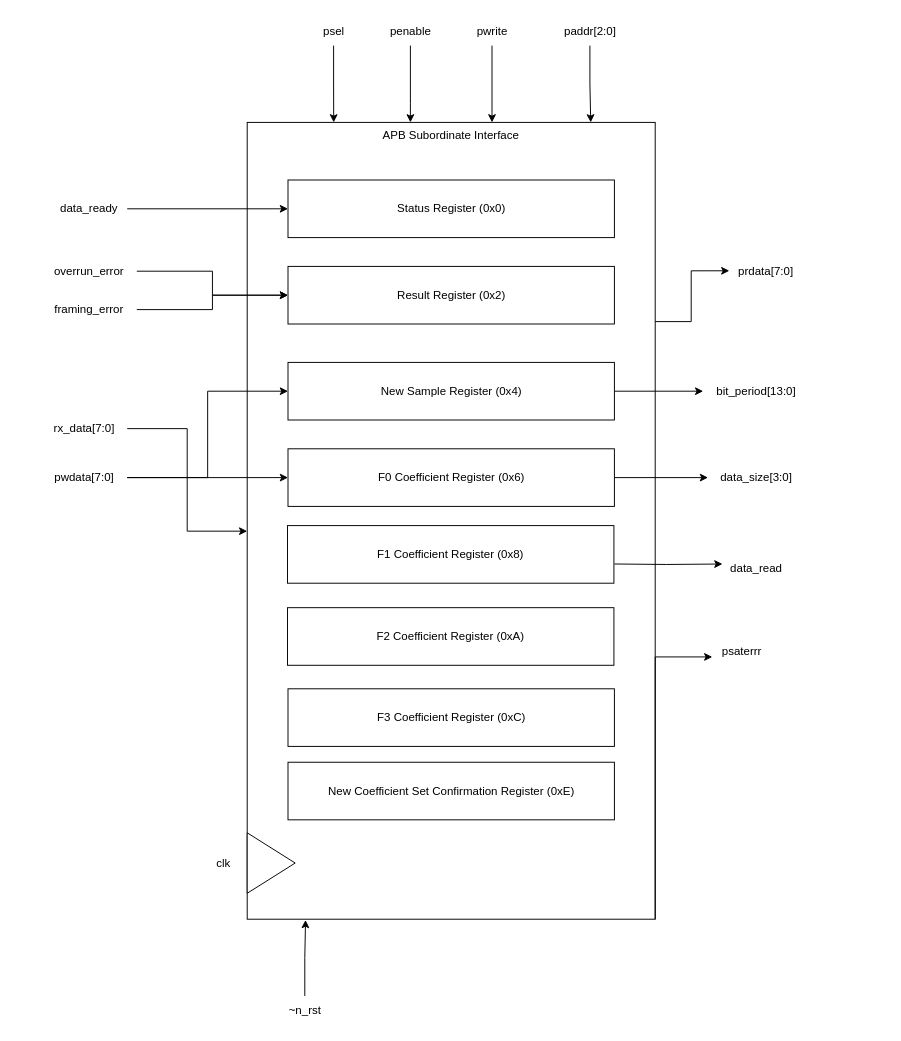
Above: lab 9.drawio in Charvles/ECE337 (draw.io), before the change. Source tidied: cells renumbered, new cells numbered last; positions are measured from the earlier drawing's top-left corner, leaving out a move shared by most shapes. Both pictures are drawn from the tidied source at 96%, with x=0, y=0 at pixel (40, 16).
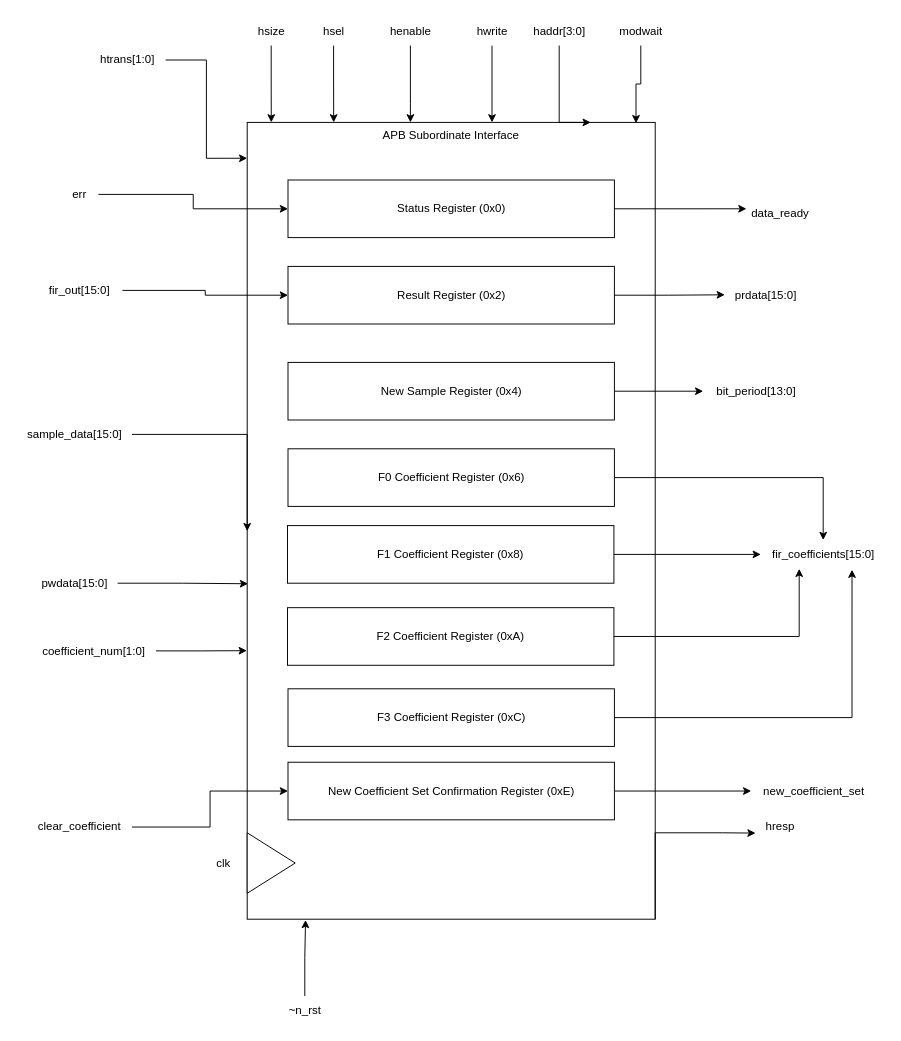
Above is the later version.

The change refers to these unchanged cells:
```xml
<mxCell id="4" value="&lt;div&gt;APB Subordinate Interface&lt;/div&gt;" style="rounded=0;whiteSpace=wrap;html=1;align=center;verticalAlign=top;" parent="1" vertex="1">
  <mxGeometry x="215" y="110" width="425" height="830" as="geometry" />
</mxCell>
<mxCell id="7" value="Status Register (0x0)" style="rounded=0;whiteSpace=wrap;html=1;" parent="1" vertex="1">
  <mxGeometry x="257.5" y="170" width="340" height="60" as="geometry" />
</mxCell>
<mxCell id="8" value="Result Register (0x2)" style="rounded=0;whiteSpace=wrap;html=1;" parent="1" vertex="1">
  <mxGeometry x="257.5" y="260" width="340" height="60" as="geometry" />
</mxCell>
<mxCell id="10" value="New Sample Register (0x4)" style="rounded=0;whiteSpace=wrap;html=1;" parent="1" vertex="1">
  <mxGeometry x="257.5" y="360" width="340" height="60" as="geometry" />
</mxCell>
<mxCell id="12" value="F0 Coefficient Register (0x6)" style="rounded=0;whiteSpace=wrap;html=1;" parent="1" vertex="1">
  <mxGeometry x="257.5" y="450" width="340" height="60" as="geometry" />
</mxCell>
<mxCell id="40" value="F1 Coefficient Register (0x8)" style="rounded=0;whiteSpace=wrap;html=1;" parent="1" vertex="1">
  <mxGeometry x="257" y="530" width="340" height="60" as="geometry" />
</mxCell>
<mxCell id="41" value="F2 Coefficient Register (0xA)" style="rounded=0;whiteSpace=wrap;html=1;" parent="1" vertex="1">
  <mxGeometry x="257" y="615.5" width="340" height="60" as="geometry" />
</mxCell>
<mxCell id="42" value="F3 Coefficient Register (0xC)" style="rounded=0;whiteSpace=wrap;html=1;" parent="1" vertex="1">
  <mxGeometry x="257.5" y="700" width="340" height="60" as="geometry" />
</mxCell>
<mxCell id="43" value="New Coefficient Set Confirmation Register (0xE)" style="rounded=0;whiteSpace=wrap;html=1;" parent="1" vertex="1">
  <mxGeometry x="257.5" y="776.5" width="340" height="60" as="geometry" />
</mxCell>
```

What changed in the source:
```diff
@@
-    <mxCell id="14" value="data_ready" style="text;html=1;align=center;verticalAlign=middle;points=[];strokeColor=none;fillColor=none;" parent="1" vertex="1">
-      <mxGeometry x="10" y="185" width="80" height="30" as="geometry" />
+    <mxCell id="14" value="err" style="text;html=1;align=center;verticalAlign=middle;points=[];strokeColor=none;fillColor=none;" parent="1" vertex="1">
+      <mxGeometry x="20" y="170" width="40" height="30" as="geometry" />
     </mxCell>
-    <mxCell id="15" value="rx_data[7:0]" style="text;html=1;align=center;verticalAlign=middle;points=[];strokeColor=none;fillColor=none;" parent="1" vertex="1">
-      <mxGeometry y="414" width="90" height="30" as="geometry" />
+    <mxCell id="15" value="sample_data[15:0]" style="text;html=1;align=center;verticalAlign=middle;points=[];strokeColor=none;fillColor=none;" parent="1" vertex="1">
+      <mxGeometry x="-25" y="420" width="120" height="30" as="geometry" />
     </mxCell>
-    <mxCell id="16" style="edgeStyle=orthogonalEdgeStyle;rounded=0;jettySize=auto;html=1;" parent="1" edge="1" source="17" target="8">
-      <mxGeometry relative="1" as="geometry" />
-    </mxCell>
-    <mxCell id="17" value="overrun_error" style="text;html=1;align=center;verticalAlign=middle;points=[];strokeColor=none;fillColor=none;" parent="1" vertex="1">
-      <mxGeometry y="250" width="100" height="30" as="geometry" />
-    </mxCell>
-    <mxCell id="18" style="edgeStyle=orthogonalEdgeStyle;rounded=0;jettySize=auto;html=1;entryX=0;entryY=0.5;entryDx=0;entryDy=0;" parent="1" edge="1" source="19" target="8">
+    <mxCell id="18" style="edgeStyle=orthogonalEdgeStyle;rounded=0;jettySize=auto;html=1;entryX=0;entryY=0.5;entryDx=0;entryDy=0;" parent="1" edge="1" source="54" target="8">
       <mxGeometry relative="1" as="geometry" />
     </mxCell>
-    <mxCell id="19" value="framing_error" style="text;html=1;align=center;verticalAlign=middle;points=[];strokeColor=none;fillColor=none;" parent="1" vertex="1">
-      <mxGeometry y="290" width="100" height="30" as="geometry" />
-    </mxCell>
-    <mxCell id="20" value="psel" style="text;html=1;align=center;verticalAlign=middle;points=[];strokeColor=none;fillColor=none;" parent="1" vertex="1">
+    <mxCell id="20" value="hsel" style="text;html=1;align=center;verticalAlign=middle;points=[];strokeColor=none;fillColor=none;" parent="1" vertex="1">
       <mxGeometry x="280" width="50" height="30" as="geometry" />
     </mxCell>
-    <mxCell id="21" value="paddr[2:0]" style="text;html=1;align=center;verticalAlign=middle;points=[];strokeColor=none;fillColor=none;" parent="1" vertex="1">
-      <mxGeometry x="532" width="80" height="30" as="geometry" />
+    <mxCell id="21" value="haddr[3:0]" style="text;html=1;align=center;verticalAlign=middle;points=[];strokeColor=none;fillColor=none;" parent="1" vertex="1">
+      <mxGeometry x="500" width="80" height="30" as="geometry" />
     </mxCell>
@@
-    <mxCell id="23" value="penable" style="text;html=1;align=center;verticalAlign=middle;points=[];strokeColor=none;fillColor=none;" parent="1" vertex="1">
+    <mxCell id="23" value="henable" style="text;html=1;align=center;verticalAlign=middle;points=[];strokeColor=none;fillColor=none;" parent="1" vertex="1">
       <mxGeometry x="350" width="70" height="30" as="geometry" />
     </mxCell>
@@
-    <mxCell id="25" value="pwrite" style="text;html=1;align=center;verticalAlign=middle;points=[];strokeColor=none;fillColor=none;" parent="1" vertex="1">
+    <mxCell id="25" value="hwrite" style="text;html=1;align=center;verticalAlign=middle;points=[];strokeColor=none;fillColor=none;" parent="1" vertex="1">
       <mxGeometry x="440" width="60" height="30" as="geometry" />
     </mxCell>
-    <mxCell id="26" style="edgeStyle=orthogonalEdgeStyle;rounded=0;jettySize=auto;html=1;entryX=0;entryY=0.5;entryDx=0;entryDy=0;" parent="1" edge="1" source="28" target="10">
-      <mxGeometry relative="1" as="geometry" />
-    </mxCell>
-    <mxCell id="27" style="edgeStyle=orthogonalEdgeStyle;rounded=0;jettySize=auto;html=1;" parent="1" edge="1" source="28" target="12">
-      <mxGeometry relative="1" as="geometry" />
-    </mxCell>
-    <mxCell id="28" value="pwdata[7:0]" style="text;html=1;align=center;verticalAlign=middle;points=[];strokeColor=none;fillColor=none;" parent="1" vertex="1">
-      <mxGeometry y="465" width="90" height="30" as="geometry" />
+    <mxCell id="28" value="pwdata[15:0]" style="text;html=1;align=center;verticalAlign=middle;points=[];strokeColor=none;fillColor=none;" parent="1" vertex="1">
+      <mxGeometry x="-10" y="575" width="90" height="30" as="geometry" />
     </mxCell>
-    <mxCell id="29" value="prdata[7:0]" style="text;html=1;align=center;verticalAlign=middle;points=[];strokeColor=none;fillColor=none;" parent="1" vertex="1">
-      <mxGeometry x="715" y="250" width="80" height="30" as="geometry" />
+    <mxCell id="29" value="prdata[15:0]" style="text;html=1;align=center;verticalAlign=middle;points=[];strokeColor=none;fillColor=none;" parent="1" vertex="1">
+      <mxGeometry x="710" y="275" width="90" height="30" as="geometry" />
     </mxCell>
-    <mxCell id="30" value="psaterrr" style="text;html=1;align=center;verticalAlign=middle;points=[];strokeColor=none;fillColor=none;" parent="1" vertex="1">
-      <mxGeometry x="700" y="645.5" width="60" height="30" as="geometry" />
+    <mxCell id="30" value="hresp" style="text;html=1;align=center;verticalAlign=middle;points=[];strokeColor=none;fillColor=none;" parent="1" vertex="1">
+      <mxGeometry x="745" y="829" width="50" height="30" as="geometry" />
     </mxCell>
-    <mxCell id="31" value="data_read" style="text;html=1;align=center;verticalAlign=middle;points=[];strokeColor=none;fillColor=none;" parent="1" vertex="1">
-      <mxGeometry x="705" y="560" width="80" height="30" as="geometry" />
+    <mxCell id="31" value="data_ready" style="text;html=1;align=center;verticalAlign=middle;points=[];strokeColor=none;fillColor=none;" parent="1" vertex="1">
+      <mxGeometry x="730" y="190" width="80" height="30" as="geometry" />
     </mxCell>
@@
-    <mxCell id="33" value="data_size[3:0]" style="text;html=1;align=center;verticalAlign=middle;points=[];strokeColor=none;fillColor=none;" parent="1" vertex="1">
-      <mxGeometry x="695" y="465" width="100" height="30" as="geometry" />
+    <mxCell id="33" value="fir_coefficients[15:0]" style="text;html=1;align=center;verticalAlign=middle;points=[];strokeColor=none;fillColor=none;" parent="1" vertex="1">
+      <mxGeometry x="750" y="545" width="130" height="30" as="geometry" />
     </mxCell>
     <mxCell id="34" style="edgeStyle=orthogonalEdgeStyle;rounded=0;jettySize=auto;html=1;entryX=0.842;entryY=0;entryDx=0;entryDy=0;entryPerimeter=0;" parent="1" edge="1" source="21" target="4">
-      <mxGeometry relative="1" as="geometry" />
+      <mxGeometry relative="1" as="geometry">
+        <Array as="points">
+          <mxPoint x="540" y="110" />
+        </Array>
+      </mxGeometry>
     </mxCell>
@@
     <mxCell id="36" style="edgeStyle=orthogonalEdgeStyle;rounded=0;jettySize=auto;html=1;entryX=0;entryY=0.513;entryDx=0;entryDy=0;entryPerimeter=0;" parent="1" edge="1" source="15" target="4">
-      <mxGeometry relative="1" as="geometry" />
+      <mxGeometry relative="1" as="geometry">
+        <Array as="points">
+          <mxPoint x="215" y="435" />
+        </Array>
+      </mxGeometry>
     </mxCell>
-    <mxCell id="37" style="edgeStyle=orthogonalEdgeStyle;rounded=0;jettySize=auto;html=1;exitX=1;exitY=0.5;exitDx=0;exitDy=0;entryX=0.063;entryY=0.333;entryDx=0;entryDy=0;entryPerimeter=0;" parent="1" edge="1" target="31">
-      <mxGeometry relative="1" as="geometry">
-        <mxPoint x="597.5" y="570" as="sourcePoint" />
-      </mxGeometry>
+    <mxCell id="37" style="edgeStyle=orthogonalEdgeStyle;rounded=0;jettySize=auto;html=1;exitX=1;exitY=0.5;exitDx=0;exitDy=0;entryX=0.063;entryY=0.333;entryDx=0;entryDy=0;entryPerimeter=0;" parent="1" edge="1" source="7" target="31">
+      <mxGeometry relative="1" as="geometry" />
     </mxCell>
     <mxCell id="38" style="edgeStyle=orthogonalEdgeStyle;rounded=0;jettySize=auto;html=1;exitX=1;exitY=1;exitDx=0;exitDy=0;entryX=-0.009;entryY=0.71;entryDx=0;entryDy=0;entryPerimeter=0;" parent="1" edge="1" source="4" target="30">
       <mxGeometry relative="1" as="geometry">
         <Array as="points">
-          <mxPoint x="640" y="667" />
+          <mxPoint x="640" y="850" />
+          <mxPoint x="710" y="850" />
         </Array>
       </mxGeometry>
     </mxCell>
-    <mxCell id="39" style="edgeStyle=orthogonalEdgeStyle;rounded=0;jettySize=auto;html=1;exitX=1;exitY=0.25;exitDx=0;exitDy=0;entryX=0.028;entryY=0.486;entryDx=0;entryDy=0;entryPerimeter=0;" parent="1" edge="1" source="4" target="29">
+    <mxCell id="39" style="edgeStyle=orthogonalEdgeStyle;rounded=0;jettySize=auto;html=1;exitX=1;exitY=0.5;exitDx=0;exitDy=0;entryX=0.028;entryY=0.486;entryDx=0;entryDy=0;entryPerimeter=0;" parent="1" edge="1" source="8" target="29">
       <mxGeometry relative="1" as="geometry" />
     </mxCell>
+    <mxCell id="44" style="edgeStyle=orthogonalEdgeStyle;rounded=0;jettySize=auto;html=1;" parent="1" edge="1" source="40" target="33">
+      <mxGeometry relative="1" as="geometry" />
+    </mxCell>
@@
+    <mxCell id="45" style="edgeStyle=orthogonalEdgeStyle;rounded=0;jettySize=auto;html=1;" parent="1" edge="1" source="41" target="33">
+      <mxGeometry relative="1" as="geometry">
+        <Array as="points">
+          <mxPoint x="790" y="646" />
+        </Array>
+      </mxGeometry>
+    </mxCell>
@@
+    <mxCell id="46" style="edgeStyle=orthogonalEdgeStyle;rounded=0;jettySize=auto;html=1;" parent="1" edge="1" source="43" target="58">
+      <mxGeometry relative="1" as="geometry" />
+    </mxCell>
@@
+    <mxCell id="47" value="hsize" style="text;html=1;align=center;verticalAlign=middle;points=[];strokeColor=none;fillColor=none;" parent="1" vertex="1">
+      <mxGeometry x="215" width="50" height="30" as="geometry" />
+    </mxCell>
+    <mxCell id="48" style="edgeStyle=orthogonalEdgeStyle;rounded=0;jettySize=auto;html=1;entryX=0.059;entryY=0;entryDx=0;entryDy=0;entryPerimeter=0;" parent="1" edge="1" source="47" target="4">
+      <mxGeometry relative="1" as="geometry" />
+    </mxCell>
+    <mxCell id="49" value="htrans[1:0]" style="text;html=1;align=center;verticalAlign=middle;points=[];strokeColor=none;fillColor=none;" parent="1" vertex="1">
+      <mxGeometry x="50" y="30" width="80" height="30" as="geometry" />
+    </mxCell>
+    <mxCell id="50" style="edgeStyle=orthogonalEdgeStyle;rounded=0;jettySize=auto;html=1;entryX=0;entryY=0.045;entryDx=0;entryDy=0;entryPerimeter=0;" parent="1" edge="1" source="49" target="4">
+      <mxGeometry relative="1" as="geometry" />
+    </mxCell>
+    <mxCell id="51" value="modwait" style="text;html=1;align=center;verticalAlign=middle;points=[];strokeColor=none;fillColor=none;" parent="1" vertex="1">
+      <mxGeometry x="590" width="70" height="30" as="geometry" />
+    </mxCell>
+    <mxCell id="52" style="edgeStyle=orthogonalEdgeStyle;rounded=0;jettySize=auto;html=1;entryX=0.953;entryY=0.001;entryDx=0;entryDy=0;entryPerimeter=0;" parent="1" edge="1" source="51" target="4">
+      <mxGeometry relative="1" as="geometry" />
+    </mxCell>
+    <mxCell id="53" style="edgeStyle=orthogonalEdgeStyle;rounded=0;jettySize=auto;html=1;entryX=0.731;entryY=1.033;entryDx=0;entryDy=0;entryPerimeter=0;" parent="1" edge="1" source="42" target="33">
+      <mxGeometry relative="1" as="geometry" />
+    </mxCell>
+    <mxCell id="54" value="fir_out[15:0]" style="text;html=1;align=center;verticalAlign=middle;points=[];strokeColor=none;fillColor=none;" parent="1" vertex="1">
+      <mxGeometry x="-5" y="270" width="90" height="30" as="geometry" />
+    </mxCell>
+    <mxCell id="55" value="coefficient_num[1:0]" style="text;html=1;align=center;verticalAlign=middle;points=[];strokeColor=none;fillColor=none;" parent="1" vertex="1">
+      <mxGeometry x="-10" y="645.5" width="130" height="30" as="geometry" />
+    </mxCell>
+    <mxCell id="56" style="edgeStyle=orthogonalEdgeStyle;rounded=0;jettySize=auto;html=1;entryX=0;entryY=0.5;entryDx=0;entryDy=0;" parent="1" edge="1" source="57" target="43">
+      <mxGeometry relative="1" as="geometry" />
+    </mxCell>
+    <mxCell id="57" value="clear_coefficient" style="text;html=1;align=center;verticalAlign=middle;points=[];strokeColor=none;fillColor=none;" parent="1" vertex="1">
+      <mxGeometry x="-15" y="829" width="110" height="30" as="geometry" />
+    </mxCell>
+    <mxCell id="58" value="new_coefficient_set" style="text;html=1;align=center;verticalAlign=middle;points=[];strokeColor=none;fillColor=none;" parent="1" vertex="1">
+      <mxGeometry x="740" y="791.5" width="130" height="30" as="geometry" />
+    </mxCell>
+    <mxCell id="59" style="edgeStyle=orthogonalEdgeStyle;rounded=0;jettySize=auto;html=1;entryX=-0.001;entryY=0.663;entryDx=0;entryDy=0;entryPerimeter=0;" parent="1" edge="1" source="55" target="4">
+      <mxGeometry relative="1" as="geometry" />
+    </mxCell>
+    <mxCell id="60" style="edgeStyle=orthogonalEdgeStyle;rounded=0;jettySize=auto;html=1;entryX=0.002;entryY=0.579;entryDx=0;entryDy=0;entryPerimeter=0;" parent="1" edge="1" source="28" target="4">
+      <mxGeometry relative="1" as="geometry" />
+    </mxCell>
```
